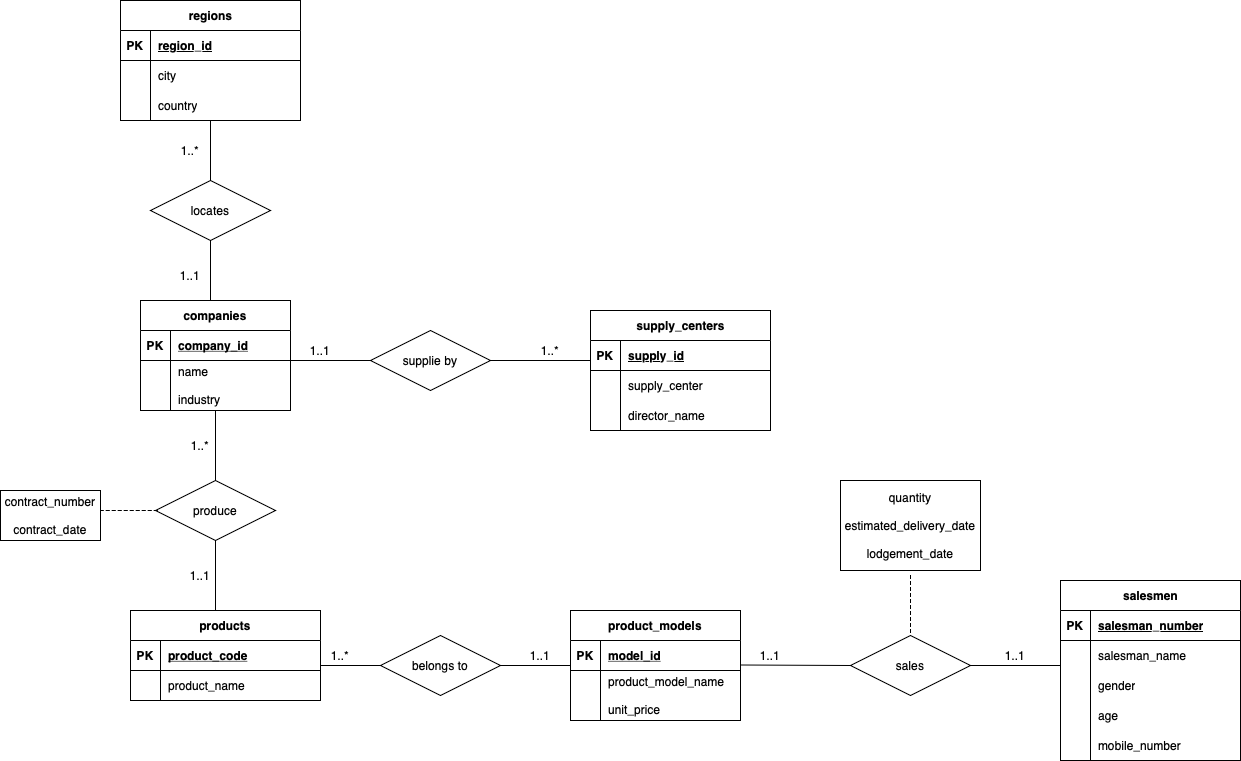
This is er_diagram.drawio.png from renmiamu/CS307_Principles_of_Database_System_Project1, a draw.io export, as it was before one commit. Source tidied: cells renumbered, new cells last; positions are measured from the earlier drawing's top-left corner, leaving out a move shared by most shapes.
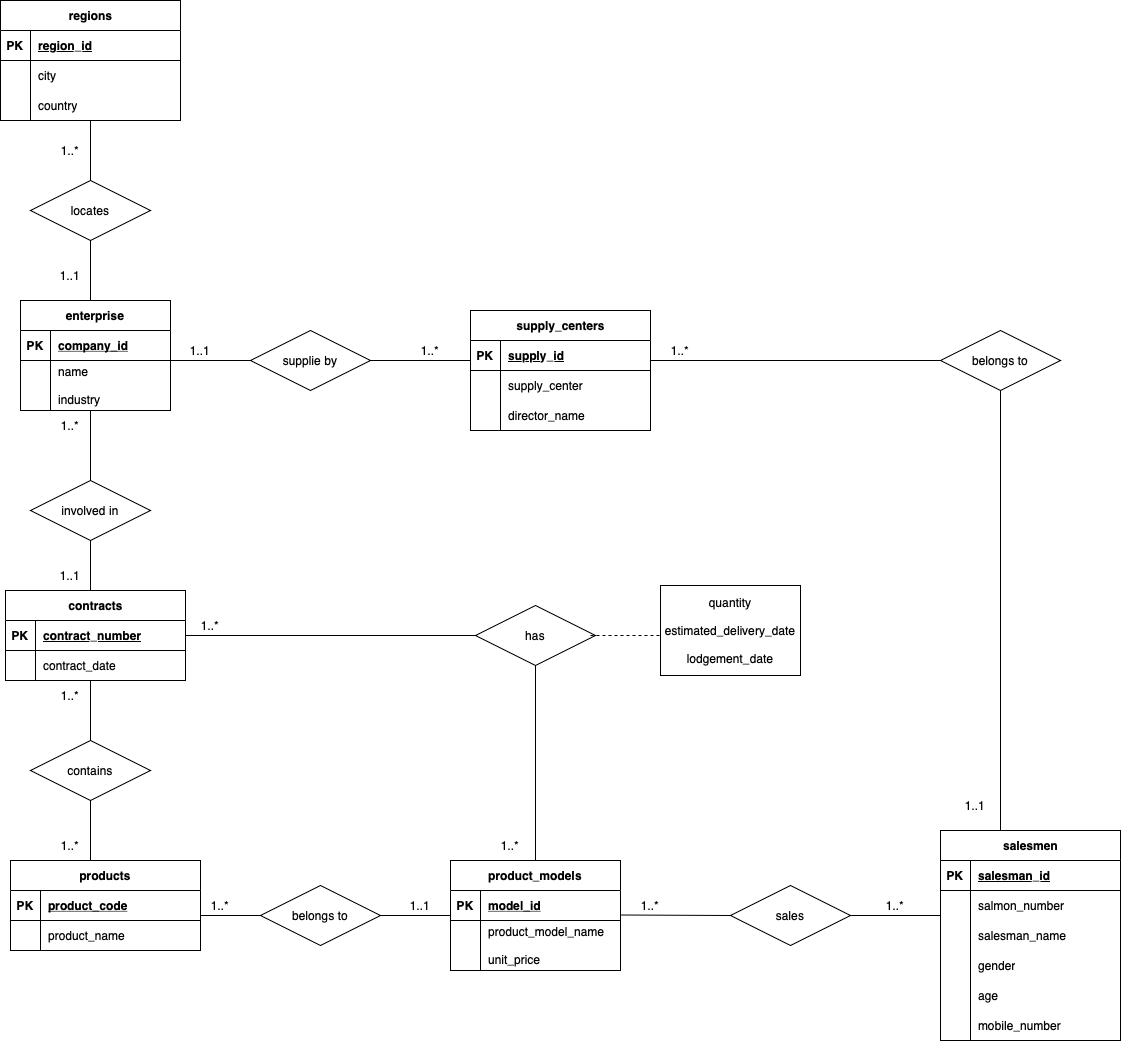
The same diagram one commit later.

What changed in the source:
```diff
@@ -5,3 +5,3 @@
     <mxCell id="2" value="products" style="shape=table;startSize=30;rowLines=0;fontStyle=1;align=center;" parent="1" vertex="1">
-      <mxGeometry x="130" y="610" width="190" height="90" as="geometry" />
+      <mxGeometry x="130" y="860" width="190" height="90" as="geometry" />
     </mxCell>
@@ -25,3 +25,3 @@
     </mxCell>
-    <mxCell id="9" value="companies" style="shape=table;startSize=30;rowLines=0;fontStyle=1;align=center;" parent="1" vertex="1">
+    <mxCell id="9" value="enterprise" style="shape=table;startSize=30;rowLines=0;fontStyle=1;align=center;" parent="1" vertex="1">
       <mxGeometry x="140" y="300" width="150" height="110" as="geometry" />
@@ -47,3 +47,3 @@
     <mxCell id="16" value="product_models" style="shape=table;startSize=30;rowLines=0;fontStyle=1;align=center;" parent="1" vertex="1">
-      <mxGeometry x="570" y="610" width="170" height="110" as="geometry" />
+      <mxGeometry x="570" y="860" width="170" height="110" as="geometry" />
     </mxCell>
@@ -68,3 +68,3 @@
     <mxCell id="23" value="salesmen" style="shape=table;startSize=30;rowLines=0;fontStyle=1;align=center;html=1;" parent="1" vertex="1">
-      <mxGeometry x="1060" y="580" width="180" height="180" as="geometry" />
+      <mxGeometry x="1060" y="830" width="180" height="210" as="geometry" />
     </mxCell>
@@ -76,3 +76,3 @@
     </mxCell>
-    <mxCell id="26" value="salesman_number" style="shape=partialRectangle;fillColor=none;top=0;left=0;bottom=0;right=0;align=left;spacingLeft=6;fontStyle=5;overflow=hidden;whiteSpace=wrap;html=1;" parent="24" vertex="1">
+    <mxCell id="26" value="salesman_id" style="shape=partialRectangle;fillColor=none;top=0;left=0;bottom=0;right=0;align=left;spacingLeft=6;fontStyle=5;overflow=hidden;whiteSpace=wrap;html=1;" parent="24" vertex="1">
       <mxGeometry x="30" width="150" height="30" as="geometry" />
@@ -85,3 +85,3 @@
     </mxCell>
-    <mxCell id="29" value="salesman_name" style="shape=partialRectangle;fillColor=none;top=0;left=0;bottom=0;right=0;align=left;spacingLeft=6;overflow=hidden;whiteSpace=wrap;html=1;" parent="27" vertex="1">
+    <mxCell id="29" value="salmon_number" style="shape=partialRectangle;fillColor=none;top=0;left=0;bottom=0;right=0;align=left;spacingLeft=6;overflow=hidden;whiteSpace=wrap;html=1;" parent="27" vertex="1">
       <mxGeometry x="30" width="150" height="30" as="geometry" />
@@ -94,3 +94,3 @@
     </mxCell>
-    <mxCell id="32" value="gender" style="shape=partialRectangle;fillColor=none;top=0;left=0;bottom=0;right=0;align=left;spacingLeft=6;overflow=hidden;whiteSpace=wrap;html=1;" parent="30" vertex="1">
+    <mxCell id="32" value="salesman_name" style="shape=partialRectangle;fillColor=none;top=0;left=0;bottom=0;right=0;align=left;spacingLeft=6;overflow=hidden;whiteSpace=wrap;html=1;" parent="30" vertex="1">
       <mxGeometry x="30" width="150" height="30" as="geometry" />
@@ -103,3 +103,3 @@
     </mxCell>
-    <mxCell id="35" value="age" style="shape=partialRectangle;fillColor=none;top=0;left=0;bottom=0;right=0;align=left;spacingLeft=6;overflow=hidden;whiteSpace=wrap;html=1;" parent="33" vertex="1">
+    <mxCell id="35" value="gender" style="shape=partialRectangle;fillColor=none;top=0;left=0;bottom=0;right=0;align=left;spacingLeft=6;overflow=hidden;whiteSpace=wrap;html=1;" parent="33" vertex="1">
       <mxGeometry x="30" width="150" height="30" as="geometry" />
@@ -112,5 +112,14 @@
     </mxCell>
-    <mxCell id="38" value="mobile_number" style="shape=partialRectangle;fillColor=none;top=0;left=0;bottom=0;right=0;align=left;spacingLeft=6;overflow=hidden;whiteSpace=wrap;html=1;" parent="36" vertex="1">
+    <mxCell id="38" value="age" style="shape=partialRectangle;fillColor=none;top=0;left=0;bottom=0;right=0;align=left;spacingLeft=6;overflow=hidden;whiteSpace=wrap;html=1;" parent="36" vertex="1">
       <mxGeometry x="30" width="150" height="30" as="geometry" />
     </mxCell>
+    <mxCell id="90" style="shape=tableRow;horizontal=0;startSize=0;swimlaneHead=0;swimlaneBody=0;fillColor=none;top=0;left=0;right=0;bottom=0;" parent="23" vertex="1">
+      <mxGeometry y="180" width="180" height="30" as="geometry" />
+    </mxCell>
+    <mxCell id="91" style="shape=partialRectangle;fillColor=none;top=0;left=0;bottom=0;right=0;overflow=hidden;whiteSpace=wrap;html=1;" parent="90" vertex="1">
+      <mxGeometry width="30" height="30" as="geometry" />
+    </mxCell>
+    <mxCell id="92" value="mobile_number" style="shape=partialRectangle;fillColor=none;top=0;left=0;bottom=0;right=0;align=left;spacingLeft=6;overflow=hidden;whiteSpace=wrap;html=1;" parent="90" vertex="1">
+      <mxGeometry x="30" width="150" height="30" as="geometry" />
+    </mxCell>
     <mxCell id="39" value="supply_centers" style="shape=table;startSize=30;rowLines=0;fontStyle=1;align=center;html=1;" parent="1" vertex="1">
@@ -154,31 +163,13 @@
     </mxCell>
-    <mxCell id="52" value="produce" style="shape=rhombus;perimeter=rhombusPerimeter;whiteSpace=wrap;html=1;align=center;" parent="1" vertex="1">
-      <mxGeometry x="155" y="480" width="120" height="60" as="geometry" />
-    </mxCell>
-    <mxCell id="53" style="line;strokeWidth=1;dashed=0;labelPosition=right;align=left;verticalAlign=middle;spacingTop=0;spacingLeft=6;flipV=0;flipH=1;direction=south;" parent="1" vertex="1">
-      <mxGeometry x="210" y="410" width="10" height="70" as="geometry" />
-    </mxCell>
-    <mxCell id="54" style="line;strokeWidth=1;dashed=0;labelPosition=right;align=left;verticalAlign=middle;spacingTop=0;spacingLeft=6;direction=south;" parent="1" vertex="1">
-      <mxGeometry x="210" y="540" width="10" height="70" as="geometry" />
-    </mxCell>
-    <mxCell id="55" value="contract_number&lt;div&gt;&lt;br&gt;&lt;/div&gt;&lt;div&gt;contract_date&lt;/div&gt;" style="whiteSpace=wrap;html=1;align=center;" parent="1" vertex="1">
-      <mxGeometry y="490" width="100" height="50" as="geometry" />
-    </mxCell>
-    <mxCell id="56" style="shape=partialRectangle;fillColor=none;align=left;verticalAlign=middle;strokeColor=none;spacingLeft=34;" parent="1" vertex="1">
-      <mxGeometry x="100" y="480" width="170" height="30" as="geometry" />
-    </mxCell>
-    <mxCell id="57" style="shape=partialRectangle;top=0;left=0;bottom=0;fillColor=none;stokeWidth=1;dashed=1;align=left;verticalAlign=middle;spacingLeft=4;spacingRight=4;overflow=hidden;direction=south;" parent="56" vertex="1">
-      <mxGeometry width="56.7" height="30" as="geometry" />
-    </mxCell>
     <mxCell id="58" value="belongs to" style="shape=rhombus;perimeter=rhombusPerimeter;whiteSpace=wrap;html=1;align=center;" parent="1" vertex="1">
-      <mxGeometry x="380" y="635" width="120" height="60" as="geometry" />
+      <mxGeometry x="380" y="885" width="120" height="60" as="geometry" />
     </mxCell>
     <mxCell id="59" style="line;strokeWidth=1;dashed=0;labelPosition=right;align=left;verticalAlign=middle;spacingTop=0;spacingLeft=6;" parent="1" vertex="1">
-      <mxGeometry x="320" y="660" width="60" height="10" as="geometry" />
+      <mxGeometry x="320" y="910" width="60" height="10" as="geometry" />
     </mxCell>
     <mxCell id="60" style="line;strokeWidth=1;dashed=0;labelPosition=right;align=left;verticalAlign=middle;spacingTop=0;spacingLeft=6;" parent="1" vertex="1">
-      <mxGeometry x="500" y="660" width="70" height="10" as="geometry" />
+      <mxGeometry x="500" y="910" width="70" height="10" as="geometry" />
     </mxCell>
     <mxCell id="61" value="sales" style="shape=rhombus;perimeter=rhombusPerimeter;whiteSpace=wrap;html=1;align=center;" parent="1" vertex="1">
-      <mxGeometry x="850" y="635" width="120" height="60" as="geometry" />
+      <mxGeometry x="850" y="885" width="120" height="60" as="geometry" />
     </mxCell>
@@ -186,3 +177,3 @@
       <mxGeometry relative="1" as="geometry">
-        <mxPoint x="740" y="664.5" as="sourcePoint" />
+        <mxPoint x="740" y="914.5" as="sourcePoint" />
       </mxGeometry>
@@ -190,13 +181,7 @@
     <mxCell id="63" style="line;strokeWidth=1;dashed=0;labelPosition=right;align=left;verticalAlign=middle;spacingTop=0;spacingLeft=6;" parent="1" vertex="1">
-      <mxGeometry x="970" y="660" width="90" height="10" as="geometry" />
+      <mxGeometry x="970" y="910" width="90" height="10" as="geometry" />
     </mxCell>
     <mxCell id="64" value="quantity&lt;div&gt;&lt;br&gt;&lt;/div&gt;&lt;div&gt;estimated_delivery_date&lt;br&gt;&lt;/div&gt;&lt;div&gt;&lt;br&gt;&lt;/div&gt;&lt;div&gt;lodgement_date&lt;br&gt;&lt;/div&gt;" style="whiteSpace=wrap;html=1;align=center;" parent="1" vertex="1">
-      <mxGeometry x="840" y="480" width="140" height="90" as="geometry" />
+      <mxGeometry x="780" y="585" width="140" height="90" as="geometry" />
     </mxCell>
-    <mxCell id="65" style="shape=partialRectangle;fillColor=none;align=left;verticalAlign=middle;strokeColor=none;spacingLeft=34;" parent="1" vertex="1">
-      <mxGeometry x="880" y="605" width="90" height="30" as="geometry" />
-    </mxCell>
-    <mxCell id="66" style="shape=partialRectangle;top=0;left=0;bottom=0;fillColor=none;stokeWidth=1;dashed=1;align=left;verticalAlign=middle;spacingLeft=4;spacingRight=4;overflow=hidden;" parent="65" vertex="1">
-      <mxGeometry y="-30" width="30" height="60" as="geometry" />
-    </mxCell>
     <mxCell id="67" value="1..1" style="text;html=1;align=center;verticalAlign=middle;whiteSpace=wrap;rounded=0;" parent="1" vertex="1">
@@ -252,20 +237,98 @@
     </mxCell>
-    <mxCell id="84" value="1..*" style="text;html=1;align=center;verticalAlign=middle;whiteSpace=wrap;rounded=0;" parent="1" vertex="1">
-      <mxGeometry x="170" y="430" width="60" height="30" as="geometry" />
-    </mxCell>
-    <mxCell id="85" value="1..1" style="text;html=1;align=center;verticalAlign=middle;whiteSpace=wrap;rounded=0;" parent="1" vertex="1">
-      <mxGeometry x="170" y="560" width="60" height="30" as="geometry" />
-    </mxCell>
     <mxCell id="86" value="1..*" style="text;html=1;align=center;verticalAlign=middle;whiteSpace=wrap;rounded=0;" parent="1" vertex="1">
-      <mxGeometry x="310" y="640" width="60" height="30" as="geometry" />
+      <mxGeometry x="310" y="890" width="60" height="30" as="geometry" />
     </mxCell>
     <mxCell id="87" value="1..1" style="text;html=1;align=center;verticalAlign=middle;whiteSpace=wrap;rounded=0;" parent="1" vertex="1">
-      <mxGeometry x="510" y="640" width="60" height="30" as="geometry" />
+      <mxGeometry x="510" y="890" width="60" height="30" as="geometry" />
     </mxCell>
-    <mxCell id="88" value="1..1" style="text;html=1;align=center;verticalAlign=middle;whiteSpace=wrap;rounded=0;" parent="1" vertex="1">
-      <mxGeometry x="740" y="640" width="60" height="30" as="geometry" />
+    <mxCell id="88" value="1..*" style="text;html=1;align=center;verticalAlign=middle;whiteSpace=wrap;rounded=0;" parent="1" vertex="1">
+      <mxGeometry x="740" y="890" width="60" height="30" as="geometry" />
     </mxCell>
-    <mxCell id="89" value="1..1" style="text;html=1;align=center;verticalAlign=middle;whiteSpace=wrap;rounded=0;" parent="1" vertex="1">
-      <mxGeometry x="985" y="640" width="60" height="30" as="geometry" />
+    <mxCell id="89" value="1..*" style="text;html=1;align=center;verticalAlign=middle;whiteSpace=wrap;rounded=0;" parent="1" vertex="1">
+      <mxGeometry x="985" y="890" width="60" height="30" as="geometry" />
     </mxCell>
+    <mxCell id="93" value="contracts" style="shape=table;startSize=30;rowLines=0;fontStyle=1;align=center;html=1;" parent="1" vertex="1">
+      <mxGeometry x="125" y="590" width="180" height="90" as="geometry" />
+    </mxCell>
+    <mxCell id="94" style="shape=tableRow;horizontal=0;startSize=0;swimlaneHead=0;swimlaneBody=0;fillColor=none;top=0;left=0;right=0;bottom=1;" parent="93" vertex="1">
+      <mxGeometry y="30" width="180" height="30" as="geometry" />
+    </mxCell>
+    <mxCell id="95" value="PK" style="shape=partialRectangle;fillColor=none;top=0;left=0;bottom=0;right=0;fontStyle=1;overflow=hidden;whiteSpace=wrap;html=1;" parent="94" vertex="1">
+      <mxGeometry width="30" height="30" as="geometry" />
+    </mxCell>
+    <mxCell id="96" value="contract_number" style="shape=partialRectangle;fillColor=none;top=0;left=0;bottom=0;right=0;align=left;spacingLeft=6;fontStyle=5;overflow=hidden;whiteSpace=wrap;html=1;" parent="94" vertex="1">
+      <mxGeometry x="30" width="150" height="30" as="geometry" />
+    </mxCell>
+    <mxCell id="97" style="shape=tableRow;horizontal=0;startSize=0;swimlaneHead=0;swimlaneBody=0;fillColor=none;top=0;left=0;right=0;bottom=0;" parent="93" vertex="1">
+      <mxGeometry y="60" width="180" height="30" as="geometry" />
+    </mxCell>
+    <mxCell id="98" style="shape=partialRectangle;fillColor=none;top=0;left=0;bottom=0;right=0;overflow=hidden;whiteSpace=wrap;html=1;" parent="97" vertex="1">
+      <mxGeometry width="30" height="30" as="geometry" />
+    </mxCell>
+    <mxCell id="99" value="contract_date" style="shape=partialRectangle;fillColor=none;top=0;left=0;bottom=0;right=0;align=left;spacingLeft=6;overflow=hidden;whiteSpace=wrap;html=1;" parent="97" vertex="1">
+      <mxGeometry x="30" width="150" height="30" as="geometry" />
+    </mxCell>
+    <mxCell id="100" style="line;strokeWidth=1;dashed=0;labelPosition=right;align=left;verticalAlign=middle;spacingTop=0;spacingLeft=6;flipV=1;direction=south;" parent="1" vertex="1">
+      <mxGeometry x="205" y="540" width="10" height="50" as="geometry" />
+    </mxCell>
+    <mxCell id="101" value="involved in" style="shape=rhombus;perimeter=rhombusPerimeter;whiteSpace=wrap;html=1;align=center;" parent="1" vertex="1">
+      <mxGeometry x="150" y="480" width="120" height="60" as="geometry" />
+    </mxCell>
+    <mxCell id="102" style="line;strokeWidth=1;dashed=0;labelPosition=right;align=left;verticalAlign=middle;spacingTop=0;spacingLeft=6;direction=south;" parent="1" vertex="1">
+      <mxGeometry x="205" y="410" width="10" height="70" as="geometry" />
+    </mxCell>
+    <mxCell id="103" value="contains" style="shape=rhombus;perimeter=rhombusPerimeter;whiteSpace=wrap;html=1;align=center;" parent="1" vertex="1">
+      <mxGeometry x="150" y="740" width="120" height="60" as="geometry" />
+    </mxCell>
+    <mxCell id="104" style="line;strokeWidth=1;dashed=0;labelPosition=right;align=left;verticalAlign=middle;spacingTop=0;spacingLeft=6;direction=south;" parent="1" vertex="1">
+      <mxGeometry x="205" y="680" width="10" height="60" as="geometry" />
+    </mxCell>
+    <mxCell id="105" style="line;strokeWidth=1;dashed=0;labelPosition=right;align=left;verticalAlign=middle;spacingTop=0;spacingLeft=6;direction=south;" parent="1" vertex="1">
+      <mxGeometry x="205" y="800" width="10" height="60" as="geometry" />
+    </mxCell>
+    <mxCell id="106" style="line;strokeWidth=1;dashed=0;labelPosition=right;align=left;verticalAlign=middle;spacingTop=0;spacingLeft=6;" parent="1" vertex="1">
+      <mxGeometry x="305" y="630" width="295" height="10" as="geometry" />
+    </mxCell>
+    <mxCell id="107" value="has" style="shape=rhombus;perimeter=rhombusPerimeter;whiteSpace=wrap;html=1;align=center;" parent="1" vertex="1">
+      <mxGeometry x="595" y="605" width="120" height="60" as="geometry" />
+    </mxCell>
+    <mxCell id="108" style="line;strokeWidth=1;dashed=0;labelPosition=right;align=left;verticalAlign=middle;spacingTop=0;spacingLeft=6;direction=south;" parent="1" vertex="1">
+      <mxGeometry x="650" y="665" width="10" height="195" as="geometry" />
+    </mxCell>
+    <mxCell id="109" style="line;strokeWidth=1;dashed=1;labelPosition=right;align=left;verticalAlign=middle;spacingTop=0;spacingLeft=6;" parent="1" vertex="1">
+      <mxGeometry x="710" y="630" width="70" height="10" as="geometry" />
+    </mxCell>
+    <mxCell id="110" style="line;strokeWidth=1;dashed=0;labelPosition=right;align=left;verticalAlign=middle;spacingTop=0;spacingLeft=6;" parent="1" vertex="1">
+      <mxGeometry x="770" y="355" width="290" height="10" as="geometry" />
+    </mxCell>
+    <mxCell id="111" value="belongs to" style="shape=rhombus;perimeter=rhombusPerimeter;whiteSpace=wrap;html=1;align=center;" parent="1" vertex="1">
+      <mxGeometry x="1060" y="330" width="120" height="60" as="geometry" />
+    </mxCell>
+    <mxCell id="112" style="line;strokeWidth=1;dashed=0;labelPosition=right;align=left;verticalAlign=middle;spacingTop=0;spacingLeft=6;direction=south;" parent="1" vertex="1">
+      <mxGeometry x="1115" y="390" width="10" height="440" as="geometry" />
+    </mxCell>
+    <mxCell id="113" value="1..*" style="text;html=1;align=center;verticalAlign=middle;whiteSpace=wrap;rounded=0;" parent="1" vertex="1">
+      <mxGeometry x="160" y="410" width="60" height="30" as="geometry" />
+    </mxCell>
+    <mxCell id="114" value="1..1" style="text;html=1;align=center;verticalAlign=middle;whiteSpace=wrap;rounded=0;" parent="1" vertex="1">
+      <mxGeometry x="160" y="560" width="60" height="30" as="geometry" />
+    </mxCell>
+    <mxCell id="115" value="1..*" style="text;html=1;align=center;verticalAlign=middle;whiteSpace=wrap;rounded=0;" parent="1" vertex="1">
+      <mxGeometry x="160" y="680" width="60" height="30" as="geometry" />
+    </mxCell>
+    <mxCell id="116" value="1..*" style="text;html=1;align=center;verticalAlign=middle;whiteSpace=wrap;rounded=0;" parent="1" vertex="1">
+      <mxGeometry x="160" y="830" width="60" height="30" as="geometry" />
+    </mxCell>
+    <mxCell id="117" value="1..*" style="text;html=1;align=center;verticalAlign=middle;whiteSpace=wrap;rounded=0;" parent="1" vertex="1">
+      <mxGeometry x="300" y="610" width="60" height="30" as="geometry" />
+    </mxCell>
+    <mxCell id="118" value="1..*" style="text;html=1;align=center;verticalAlign=middle;whiteSpace=wrap;rounded=0;" parent="1" vertex="1">
+      <mxGeometry x="600" y="830" width="60" height="30" as="geometry" />
+    </mxCell>
+    <mxCell id="119" value="1..*" style="text;html=1;align=center;verticalAlign=middle;whiteSpace=wrap;rounded=0;" parent="1" vertex="1">
+      <mxGeometry x="770" y="335" width="60" height="30" as="geometry" />
+    </mxCell>
+    <mxCell id="120" value="1..1" style="text;html=1;align=center;verticalAlign=middle;whiteSpace=wrap;rounded=0;" parent="1" vertex="1">
+      <mxGeometry x="1065" y="790" width="60" height="30" as="geometry" />
+    </mxCell>
   </root>
```
